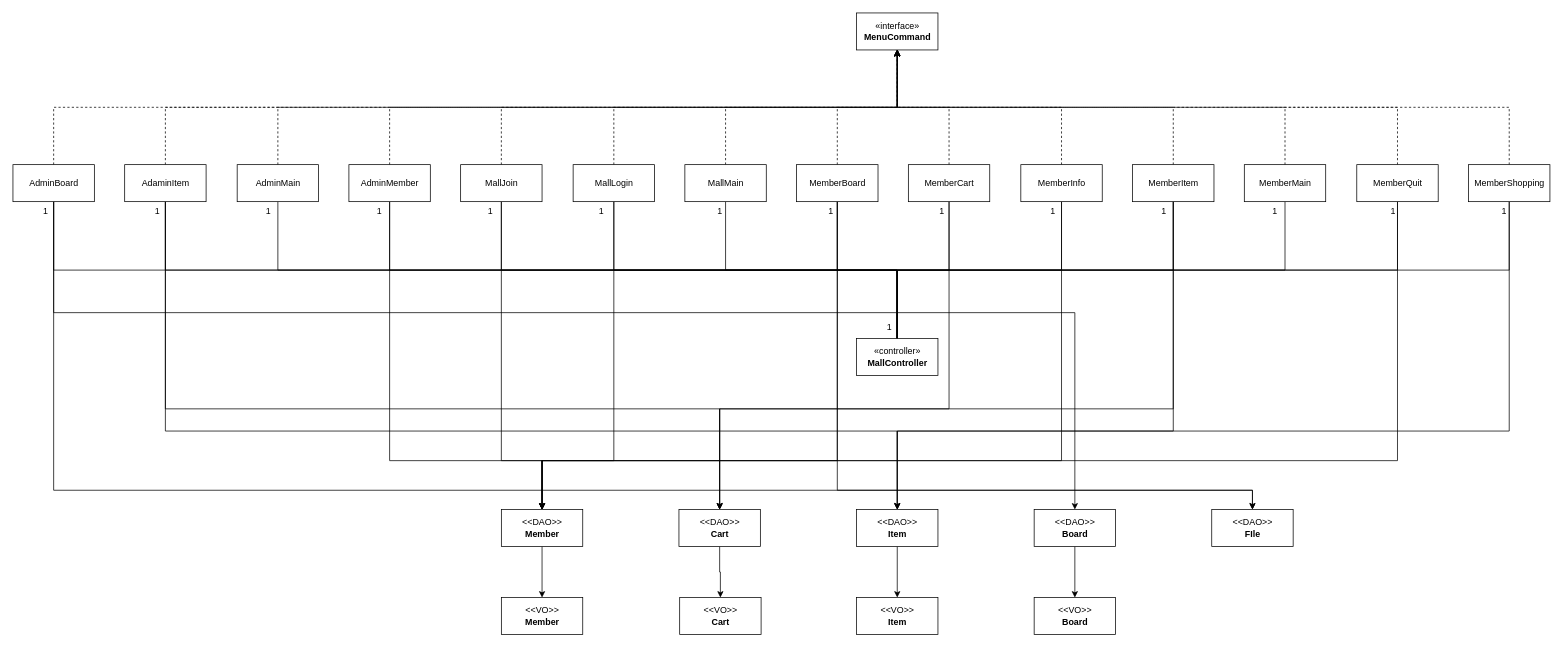
Above: javaMallClassDiagram.drawio in junyoungha1/javaMall (draw.io), before the change. Source tidied: cells renumbered, new cells numbered last; positions are measured from the earlier drawing's top-left corner, leaving out a move shared by most shapes. Both pictures are drawn from the tidied source at 74%, with x=0, y=0 at pixel (13, 13).
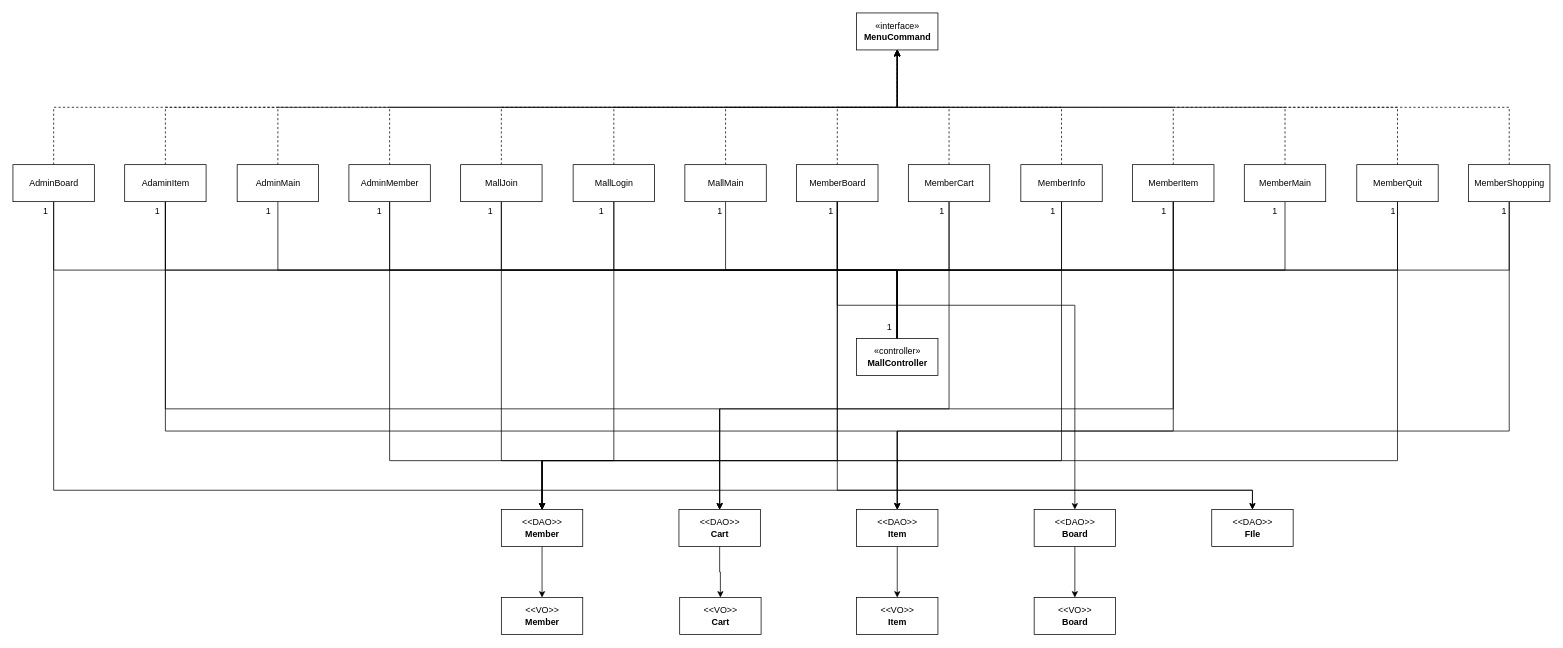
Above is the later version.

Unchanged cells that the change refers to:
```xml
<mxCell id="27" value="AdminBoard" style="html=1;" parent="1" vertex="1">
  <mxGeometry y="205" width="110" height="50" as="geometry" />
</mxCell>
<mxCell id="39" value="MemberBoard" style="html=1;" parent="1" vertex="1">
  <mxGeometry x="1059" y="205" width="110" height="50" as="geometry" />
</mxCell>
<mxCell id="71" value="&amp;lt;&amp;lt;DAO&amp;gt;&amp;gt;&lt;br&gt;&lt;b&gt;Board&lt;/b&gt;" style="html=1;" parent="1" vertex="1">
  <mxGeometry x="1380" y="671" width="110" height="50" as="geometry" />
</mxCell>
```

Change to the diagram source:
```diff
@@
-    <mxCell id="24" style="edgeStyle=orthogonalEdgeStyle;rounded=0;jettySize=auto;html=1;exitX=0.5;exitY=1;exitDx=0;exitDy=0;" parent="1" edge="1" source="27" target="71">
-      <mxGeometry relative="1" as="geometry">
-        <Array as="points">
-          <mxPoint x="55" y="405" />
-          <mxPoint x="1435" y="405" />
-        </Array>
-      </mxGeometry>
-    </mxCell>
@@
+    <mxCell id="89" style="edgeStyle=orthogonalEdgeStyle;rounded=0;jettySize=auto;html=1;exitX=0.5;exitY=1;exitDx=0;exitDy=0;entryX=0.5;entryY=0;entryDx=0;entryDy=0;" parent="1" edge="1" source="39" target="71">
+      <mxGeometry relative="1" as="geometry">
+        <Array as="points">
+          <mxPoint x="1114" y="395" />
+          <mxPoint x="1435" y="395" />
+        </Array>
+      </mxGeometry>
+    </mxCell>
```
